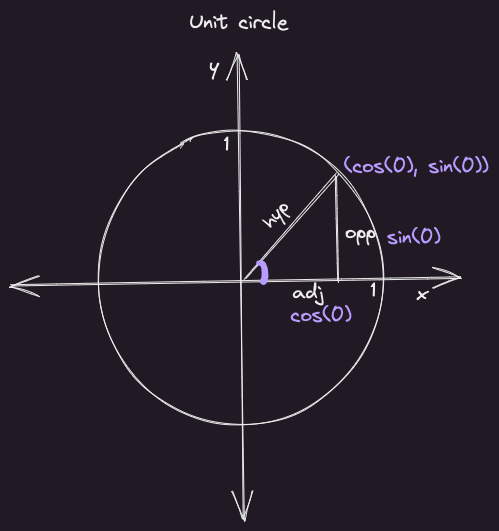
kodebot/notes keeps this Excalidraw diagram as Mathmatics/Trignometry/img/001_intro_unit_circle.excalidraw.png. Above is the earlier version. Source tidied: one line per element, renumbered; positions are measured from the earlier drawing's top-left corner, leaving out a move shared by most shapes.
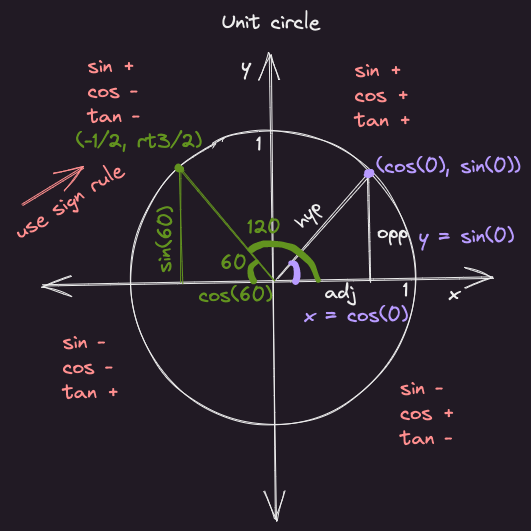
Later version of the same file.

What changed in the source:
```diff
@@ -12,6 +12,23 @@
 {"id": 11, "type": "text", "text": "hyp", "strokeColor": "#000000", "angle": 5.45, "strokeWidth": 1, "roughness": 1, "fontSize": 20, "fontFamily": 1, "x": 250, "y": 191, "width": 30, "height": 25}
 {"id": 12, "type": "text", "text": "x", "strokeColor": "#000000", "strokeWidth": 1, "roughness": 1, "fontSize": 20, "fontFamily": 1, "x": 405, "y": 271, "width": 12, "height": 25}
 {"id": 13, "type": "freedraw", "strokeColor": "#5f3dc4", "strokeWidth": 1, "roughness": 1, "x": 248, "y": 253, "width": 6, "height": 19, "points": [[0, 0], [1, 0], [2, 0], [3, 0], [4, 0], [4, 1], [5, 2], [5, 3], [5, 4], [6, 5], [6, 6], [6, 7], [6, 8], [6, 9], [6, 10], [6, 12], [6, 13], [6, 14], [6, 15], [6, 15], [6, 16], [6, 16], [5, 17], [5, 18], [5, 19]]}
-{"id": 14, "type": "text", "text": "cos(0)", "strokeColor": "#5f3dc4", "strokeWidth": 1, "roughness": 1, "fontSize": 20, "fontFamily": 1, "x": 280, "y": 293, "width": 62, "height": 25}
+{"id": 14, "type": "text", "text": "x = cos(0)", "strokeColor": "#5f3dc4", "strokeWidth": 1, "roughness": 1, "fontSize": 20, "fontFamily": 1, "x": 261, "y": 293, "width": 105, "height": 25}
-{"id": 15, "type": "text", "text": "sin(0)", "strokeColor": "#5f3dc4", "strokeWidth": 1, "roughness": 1, "fontSize": 20, "fontFamily": 1, "x": 376, "y": 215, "width": 54, "height": 25}
+{"id": 15, "type": "text", "text": "y = sin(0)", "strokeColor": "#5f3dc4", "strokeWidth": 1, "roughness": 1, "fontSize": 20, "fontFamily": 1, "x": 376, "y": 214, "width": 96, "height": 25}
 {"id": 16, "type": "text", "text": "(cos(0), sin(0))", "strokeColor": "#5f3dc4", "strokeWidth": 1, "roughness": 1, "fontSize": 20, "fontFamily": 1, "x": 333, "y": 144, "width": 145, "height": 25}
+{"id": 17, "type": "freedraw", "strokeColor": "#5f3dc4", "strokeWidth": 1, "roughness": 1, "x": 326, "y": 163, "width": 7, "height": 3, "points": [[0, 0], [2, -1], [2, -1], [2, -1], [1, -1], [0, -1], [-2, -1], [-2, -1], [-1, -1], [0, -1], [1, -1], [2, -1], [2, -1], [1, 0], [0, 0], [-1, 0], [-2, 1], [-3, 1], [-3, 1], [-3, 2], [-2, 2], [-1, 2], [0, 2], [1, 2], [3, 2], [3, 2], [0, 0]]}
+{"id": 18, "type": "line", "strokeColor": "#5c940d", "strokeWidth": 1, "roughness": 1, "round": true, "x": 232, "y": 270, "width": 96, "height": 114, "points": [[0, 0], [-96, -114]]}
+{"id": 19, "type": "freedraw", "strokeColor": "#5c940d", "strokeWidth": 1, "roughness": 1, "x": 275, "y": 270, "width": 67, "height": 36, "points": [[0, 0], [-2, -4], [-4, -11], [-5, -14], [-6, -16], [-8, -17], [-11, -20], [-13, -23], [-16, -25], [-18, -27], [-21, -29], [-23, -31], [-26, -33], [-37, -36], [-42, -36], [-47, -36], [-51, -36], [-54, -36], [-56, -36], [-58, -35], [-60, -34], [-62, -34], [-63, -33], [-64, -33], [-66, -32], [-67, -31]]}
+{"id": 20, "type": "line", "strokeColor": "#5c940d", "strokeWidth": 1, "roughness": 1, "round": true, "x": 138, "y": 160, "width": 1, "height": 112, "points": [[0, 0], [1, 112]]}
+{"id": 21, "type": "text", "text": "120", "strokeColor": "#5c940d", "strokeWidth": 1, "roughness": 1, "fontSize": 20, "fontFamily": 1, "x": 205, "y": 205, "width": 34, "height": 25}
+{"id": 22, "type": "freedraw", "strokeColor": "#5c940d", "strokeWidth": 1, "roughness": 1, "x": 214, "y": 252, "width": 6, "height": 19, "points": [[0, 0], [0, 0], [-1, 1], [-1, 1], [-1, 1], [-4, 3], [-4, 3], [-5, 4], [-5, 4], [-5, 4], [-6, 5], [-6, 5], [-6, 6], [-6, 6], [-6, 7], [-6, 7], [-6, 7], [-6, 7], [-6, 8], [-6, 8], [-6, 9], [-6, 9], [-6, 10], [-6, 10], [-6, 11], [-6, 11], [-6, 11], [-6, 12], [-6, 12], [-6, 12], [-5, 13], [-5, 14], [-5, 14], [-5, 15], [-5, 16], [-5, 16], [-4, 17], [-4, 17], [-4, 18], [-4, 18], [-3, 19], [-3, 19], [-3, 19]]}
+{"id": 23, "type": "text", "text": "60", "strokeColor": "#5c940d", "strokeWidth": 1, "roughness": 1, "fontSize": 20, "fontFamily": 1, "x": 177, "y": 241, "width": 28, "height": 25}
+{"id": 24, "type": "text", "text": "cos(60)", "strokeColor": "#5c940d", "strokeWidth": 1, "roughness": 1, "fontSize": 20, "fontFamily": 1, "x": 156, "y": 273, "width": 75, "height": 25}
+{"id": 25, "type": "text", "text": "sin(60)", "strokeColor": "#5c940d", "angle": 4.76, "strokeWidth": 1, "roughness": 1, "fontSize": 20, "fontFamily": 1, "x": 89, "y": 216, "width": 67, "height": 25}
+{"id": 26, "type": "freedraw", "strokeColor": "#5c940d", "strokeWidth": 1, "roughness": 1, "x": 136, "y": 160, "width": 6, "height": 4, "points": [[0, 0], [0, 0], [0, 0], [1, -1], [1, -1], [1, -2], [1, -2], [1, -3], [0, -4], [0, -4], [0, -4], [-1, -4], [-1, -4], [-1, -3], [-2, -2], [-2, -2], [-2, -1], [-2, -1], [-1, -1], [-1, -1], [0, -1], [0, -1], [1, -1], [1, -1], [1, -1], [2, -1], [3, -1], [3, -1], [3, -1], [4, -1], [4, -2], [5, -2], [5, -2], [5, -2], [0, 0]]}
+{"id": 27, "type": "text", "text": "(-1/2, rt3/2) ", "strokeColor": "#5c940d", "strokeWidth": 1, "roughness": 1, "fontSize": 20, "fontFamily": 1, "x": 33, "y": 119, "width": 137, "height": 25}
+{"id": 28, "type": "text", "text": "sin +\ncos +\ntan +", "strokeColor": "#c92a2a", "strokeWidth": 1, "roughness": 1, "fontSize": 20, "fontFamily": 1, "x": 312, "y": 48, "width": 57, "height": 75}
+{"id": 29, "type": "text", "text": "sin +\ncos -\ntan -", "strokeColor": "#c92a2a", "strokeWidth": 1, "roughness": 1, "fontSize": 20, "fontFamily": 1, "x": 45, "y": 44, "width": 53, "height": 75}
+{"id": 30, "type": "text", "text": "sin -\ncos -\ntan +", "strokeColor": "#c92a2a", "strokeWidth": 1, "roughness": 1, "fontSize": 20, "fontFamily": 1, "x": 20, "y": 320, "width": 57, "height": 75}
+{"id": 31, "type": "text", "text": "sin -\ncos +\ntan -", "strokeColor": "#c92a2a", "strokeWidth": 1, "roughness": 1, "fontSize": 20, "fontFamily": 1, "x": 357, "y": 366, "width": 54, "height": 75}
+{"id": 32, "type": "arrow", "strokeColor": "#c92a2a", "strokeWidth": 1, "roughness": 1, "endArrowhead": "arrow", "round": true, "from": 33, "to": 27, "x": -21, "y": 196, "width": 62, "height": 39, "points": [[0, 0], [62, -39]]}
+{"id": 33, "type": "text", "text": "use sign rule", "strokeColor": "#c92a2a", "angle": 5.71, "strokeWidth": 1, "roughness": 1, "fontSize": 20, "fontFamily": 1, "x": -36, "y": 179, "width": 125, "height": 25}
```
